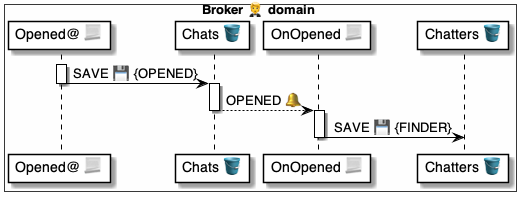
This is 4 ⚙️ Solution/20 🧑‍🦰 UI/Brokers 🤵/🤵🪣 Broker tables/Chats 💬 table/🪣🔔 on Opened/🤵 OnChatOpened ⚙️ uml.png from pollyweb-org/pollyweb-docs, a PlantUML export, as it was before one commit. Its source is kept beside it as 4 ⚙️ Solution/20 🧑‍🦰 UI/Brokers 🤵/🤵🪣 Broker tables/Chats 💬 table/🪣🔔 on Opened/🤵 OnChatOpened ⚙️ uml.puml. The source it was exported from:
```plantuml
@startuml OnChatOpened


box Broker 🤵 domain #FFFFFA
    participant "Opened@ 📃" as script
    participant "Chats 🪣" as chats
    participant "OnOpened 📃" as handler
    participant "Chatters 🪣" as chatters
end box


activate script
    script -> chats: SAVE 💾 {OPENED}
deactivate script

activate chats
    chats --> handler: OPENED 🔔
deactivate chats

activate handler
    handler -> chatters: SAVE 💾 {FINDER}
deactivate handler

@enduml
```
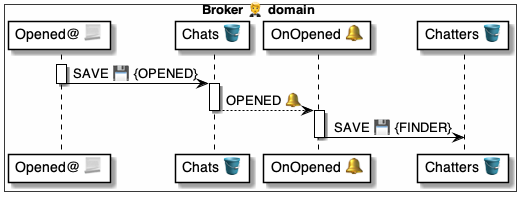
The same diagram one commit later.

What changed in the source:
```diff
@@ -4,7 +4,7 @@
 box Broker 🤵 domain #FFFFFA
     participant "Opened@ 📃" as script
     participant "Chats 🪣" as chats
-    participant "OnOpened 📃" as handler
+    participant "OnOpened 🔔" as handler
     participant "Chatters 🪣" as chatters
 end box
 
```
